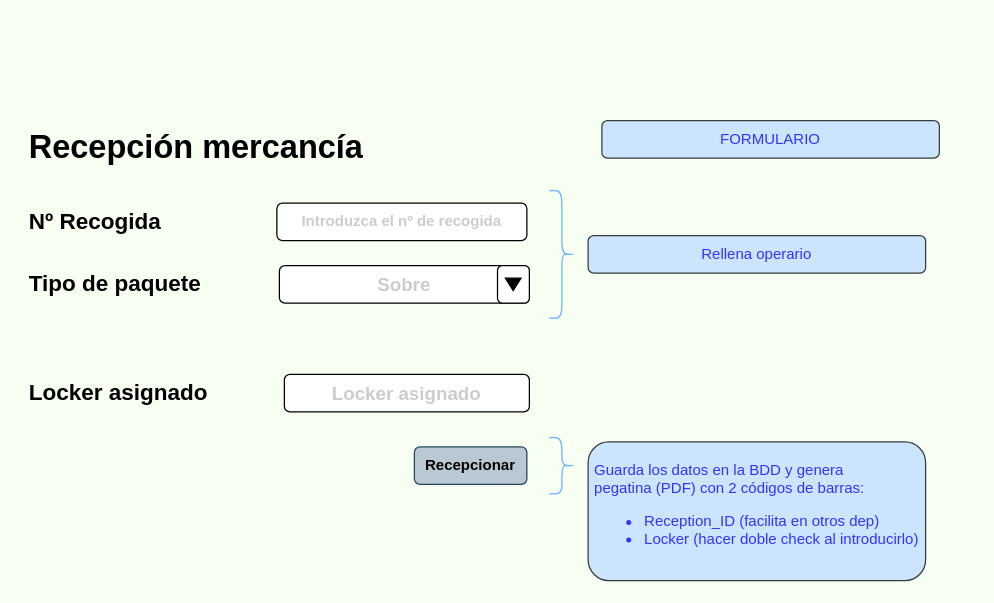
Earlier version of the draw.io diagram page "Form_Reception" (3 of 15) of Esquemas_y_bocetos/Esquema_proyecto.drawio (JMDH76/PFC_Gestor_Logistica_Inversa). Source tidied: cells renumbered, new cells numbered last; positions are measured from the earlier drawing's top-left corner, leaving out a move shared by most shapes. Both pictures are drawn from the tidied source at 125%, with x=0, y=0 at pixel (26, 102).
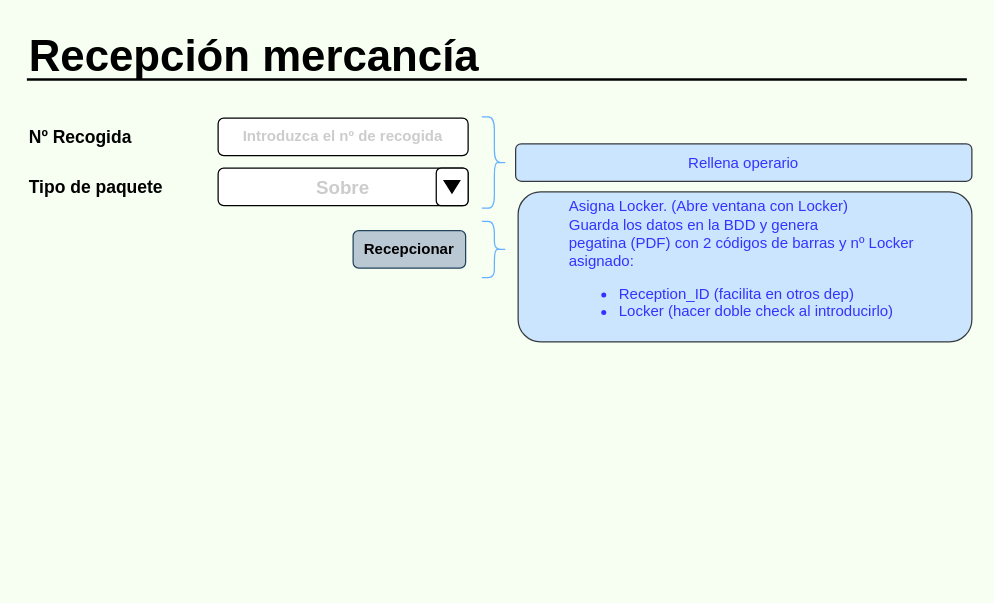
After the change.

The edit, as a diff of the source:
```diff
@@
 <mxGraphModel background="#F6FFF2">
   <root>
     <mxCell id="0" />
     <mxCell id="1" parent="0" />
-    <mxCell id="2" value="&lt;b&gt;Nº Recogida&lt;/b&gt;" style="text;html=1;align=left;verticalAlign=middle;whiteSpace=wrap;rounded=0;fontSize=18;sketch=0;glass=0;shadow=1;" parent="1" vertex="1">
-      <mxGeometry y="80" width="200" height="30" as="geometry" />
+    <mxCell id="2" value="&lt;b style=&quot;font-size: 14px;&quot;&gt;Nº Recogida&lt;/b&gt;" style="text;html=1;align=left;verticalAlign=middle;whiteSpace=wrap;rounded=0;fontSize=14;sketch=0;glass=0;shadow=1;" parent="1" vertex="1">
+      <mxGeometry y="12" width="120" height="30" as="geometry" />
     </mxCell>
     <mxCell id="3" value="&lt;font color=&quot;#cccccc&quot; style=&quot;font-size: 12px&quot;&gt;Introduzca el nº de recogida&lt;/font&gt;" style="rounded=1;whiteSpace=wrap;html=1;fontSize=12;glass=0;sketch=0;shadow=0;fontStyle=1;" parent="1" vertex="1">
-      <mxGeometry x="200" y="80" width="200" height="30" as="geometry" />
+      <mxGeometry x="153" y="12" width="200" height="30" as="geometry" />
     </mxCell>
-    <mxCell id="4" value="Recepción mercancía" style="text;html=1;align=left;verticalAlign=middle;whiteSpace=wrap;rounded=0;fontSize=26;sketch=0;glass=0;shadow=1;fontStyle=1;" parent="1" vertex="1">
-      <mxGeometry width="400" height="70" as="geometry" />
+    <mxCell id="4" value="Recepción mercancía" style="text;html=1;align=left;verticalAlign=middle;whiteSpace=wrap;rounded=0;fontSize=35;sketch=0;glass=0;shadow=1;fontStyle=1;" parent="1" vertex="1">
+      <mxGeometry y="-61" width="455" height="45" as="geometry" />
     </mxCell>
-    <mxCell id="5" value="FORMULARIO" style="rounded=1;whiteSpace=wrap;html=1;shadow=0;glass=0;sketch=0;fontSize=12;strokeColor=#36393d;labelBackgroundColor=none;fillColor=#cce5ff;fontColor=#3333FF;" parent="1" vertex="1">
-      <mxGeometry x="460" y="14" width="270" height="30" as="geometry" />
-    </mxCell>
     <mxCell id="6" value="&lt;font style=&quot;font-size: 12px&quot;&gt;Recepcionar&lt;/font&gt;" style="rounded=1;whiteSpace=wrap;html=1;fontSize=12;glass=0;sketch=0;shadow=0;fontStyle=1;fillColor=#bac8d3;strokeColor=#23445d;fontColor=#000000;" parent="1" vertex="1">
-      <mxGeometry x="310" y="275" width="90" height="30" as="geometry" />
+      <mxGeometry x="261" y="102" width="90" height="30" as="geometry" />
     </mxCell>
-    <mxCell id="7" value="&lt;font color=&quot;#cccccc&quot;&gt;Locker asignado&lt;/font&gt;" style="rounded=1;whiteSpace=wrap;html=1;fontSize=15;glass=0;sketch=0;shadow=0;fontStyle=1;align=center;" parent="1" vertex="1">
-      <mxGeometry x="206" y="217" width="196" height="30" as="geometry" />
-    </mxCell>
-    <mxCell id="8" value="&lt;span&gt;&lt;b&gt;&lt;font style=&quot;font-size: 18px&quot;&gt;Tipo de paquete&lt;/font&gt;&lt;/b&gt;&lt;/span&gt;" style="text;html=1;align=left;verticalAlign=middle;whiteSpace=wrap;rounded=0;fontSize=16;sketch=0;glass=0;shadow=1;fontStyle=0;" parent="1" vertex="1">
-      <mxGeometry y="130" width="187" height="30" as="geometry" />
+    <mxCell id="8" value="&lt;span style=&quot;font-size: 14px;&quot;&gt;&lt;b style=&quot;font-size: 14px;&quot;&gt;&lt;font style=&quot;font-size: 14px;&quot;&gt;Tipo de paquete&lt;/font&gt;&lt;/b&gt;&lt;/span&gt;" style="text;html=1;align=left;verticalAlign=middle;whiteSpace=wrap;rounded=0;fontSize=14;sketch=0;glass=0;shadow=1;fontStyle=0;" parent="1" vertex="1">
+      <mxGeometry y="52" width="123" height="30" as="geometry" />
     </mxCell>
     <mxCell id="9" style="group;" parent="1" vertex="1">
-      <mxGeometry x="202" y="130" width="200" height="30" as="geometry" />
+      <mxGeometry x="153" y="52" width="200" height="30" as="geometry" />
     </mxCell>
     <mxCell id="10" value="&lt;font color=&quot;#cccccc&quot;&gt;Sobre&lt;/font&gt;" style="rounded=1;whiteSpace=wrap;html=1;fontSize=15;glass=0;sketch=0;shadow=0;fontStyle=1;" parent="9" vertex="1">
       <mxGeometry width="200" height="30" as="geometry" />
     </mxCell>
     <mxCell id="11" style="group;" parent="9" vertex="1">
       <mxGeometry x="185" width="15" height="30" as="geometry" />
     </mxCell>
     <mxCell id="12" style="rounded=1;whiteSpace=wrap;html=1;shadow=0;glass=0;sketch=0;fontSize=19;fontColor=#000000;strokeColor=default;" parent="11" vertex="1">
       <mxGeometry x="-10.5" width="25.5" height="30" as="geometry" />
     </mxCell>
     <mxCell id="13" style="verticalLabelPosition=bottom;verticalAlign=top;html=1;shape=mxgraph.basic.acute_triangle;dx=0.5;rounded=1;shadow=0;glass=0;sketch=0;fontSize=19;fontColor=#000000;strokeColor=default;direction=west;fillColor=#000000;" parent="11" vertex="1">
       <mxGeometry x="-4.2" y="10" width="12.5" height="10" as="geometry" />
     </mxCell>
-    <mxCell id="14" value="&lt;span&gt;&lt;b&gt;&lt;font style=&quot;font-size: 18px&quot;&gt;Locker asignado&lt;/font&gt;&lt;/b&gt;&lt;/span&gt;" style="text;html=1;align=left;verticalAlign=middle;whiteSpace=wrap;rounded=0;fontSize=16;sketch=0;glass=0;shadow=1;fontStyle=0;" parent="1" vertex="1">
-      <mxGeometry y="217" width="187" height="30" as="geometry" />
-    </mxCell>
     <mxCell id="15" style="shape=curlyBracket;whiteSpace=wrap;html=1;rounded=1;flipH=1;shadow=0;glass=0;labelBackgroundColor=none;sketch=0;fontSize=25;strokeColor=#66B2FF;fillColor=#cce5ff;" parent="1" vertex="1">
-      <mxGeometry x="418" y="267.5" width="20" height="45" as="geometry" />
+      <mxGeometry x="364" y="94.5" width="20" height="45" as="geometry" />
     </mxCell>
-    <mxCell id="16" value="&lt;div style=&quot;text-align: left&quot;&gt;&lt;span&gt;Guarda los datos en la BDD y g&lt;/span&gt;&lt;span&gt;enera&amp;nbsp;&lt;/span&gt;&lt;/div&gt;&lt;div style=&quot;text-align: left&quot;&gt;&lt;span&gt;pegatina (PDF) con 2 códigos de barras:&lt;/span&gt;&lt;/div&gt;&lt;div&gt;&lt;ul&gt;&lt;li style=&quot;text-align: left&quot;&gt;&lt;span&gt;Reception_ID (facilita en otros dep)&lt;/span&gt;&lt;/li&gt;&lt;li style=&quot;text-align: left&quot;&gt;Locker (hacer doble check al introducirlo)&lt;/li&gt;&lt;/ul&gt;&lt;/div&gt;" style="rounded=1;whiteSpace=wrap;html=1;shadow=0;glass=0;sketch=0;fontSize=12;strokeColor=#36393d;labelBackgroundColor=none;fillColor=#cce5ff;fontColor=#3333FF;" parent="1" vertex="1">
-      <mxGeometry x="449" y="271" width="270" height="111" as="geometry" />
+    <mxCell id="16" value="&lt;blockquote style=&quot;margin: 0 0 0 40px ; border: none ; padding: 0px&quot;&gt;&lt;div style=&quot;text-align: left&quot;&gt;&lt;span&gt;Asigna Locker. (Abre ventana con Locker)&lt;/span&gt;&lt;/div&gt;&lt;div style=&quot;text-align: left&quot;&gt;&lt;span&gt;Guarda los datos en la BDD y g&lt;/span&gt;&lt;span&gt;enera&amp;nbsp;&lt;/span&gt;&lt;/div&gt;&lt;div style=&quot;text-align: left&quot;&gt;&lt;span&gt;pegatina (PDF) con 2 códigos de barras y nº Locker asignado:&lt;/span&gt;&lt;/div&gt;&lt;div style=&quot;text-align: left&quot;&gt;&lt;ul&gt;&lt;li&gt;&lt;span&gt;Reception_ID (facilita en otros dep)&lt;/span&gt;&lt;/li&gt;&lt;li&gt;&lt;span&gt;Locker (hacer doble check al introducirlo)&lt;/span&gt;&lt;/li&gt;&lt;/ul&gt;&lt;/div&gt;&lt;/blockquote&gt;" style="rounded=1;whiteSpace=wrap;html=1;shadow=0;glass=0;sketch=0;fontSize=12;strokeColor=#36393d;labelBackgroundColor=none;fillColor=#cce5ff;fontColor=#3333FF;" parent="1" vertex="1">
+      <mxGeometry x="393" y="71" width="363" height="120" as="geometry" />
     </mxCell>
     <mxCell id="17" style="shape=curlyBracket;whiteSpace=wrap;html=1;rounded=1;flipH=1;shadow=0;glass=0;labelBackgroundColor=none;sketch=0;fontSize=25;strokeColor=#66B2FF;fillColor=#cce5ff;" parent="1" vertex="1">
-      <mxGeometry x="418" y="70" width="20" height="102" as="geometry" />
+      <mxGeometry x="364" y="11" width="20" height="73" as="geometry" />
     </mxCell>
     <mxCell id="18" value="Rellena operario" style="rounded=1;whiteSpace=wrap;html=1;shadow=0;glass=0;sketch=0;fontSize=12;strokeColor=#36393d;labelBackgroundColor=none;fillColor=#cce5ff;fontColor=#3333FF;" parent="1" vertex="1">
-      <mxGeometry x="449" y="106" width="270" height="30" as="geometry" />
+      <mxGeometry x="391" y="32.5" width="365" height="30" as="geometry" />
     </mxCell>
+    <mxCell id="19" style="endArrow=none;html=1;rounded=0;fontSize=22;shadow=0;strokeWidth=2;sketch=0;" parent="1" edge="1">
+      <mxGeometry relative="1" as="geometry">
+        <mxPoint y="-19" as="sourcePoint" />
+        <mxPoint x="752" y="-19" as="targetPoint" />
+      </mxGeometry>
+    </mxCell>
   </root>
 </mxGraphModel>
```
